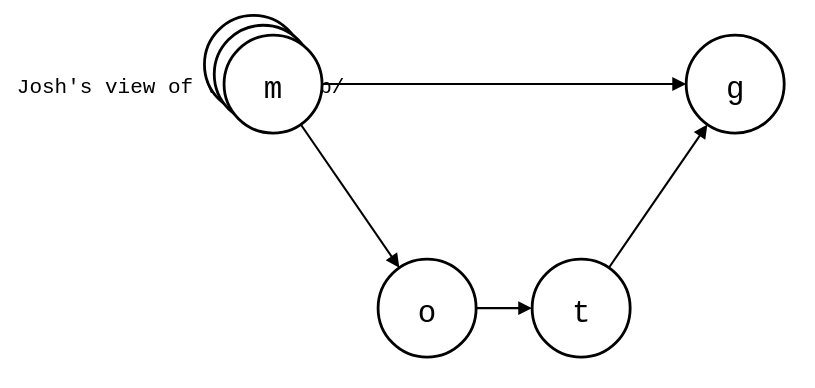
This is docs/05-comparisons/02-third-party/josh-view-merged.drawio.svg from roschaefer/git-splice, a draw.io export, as it was before one commit. Source tidied: cells renumbered, new cells last; positions are measured from the earlier drawing's top-left corner, leaving out a move shared by most shapes. Its diagram source:
```xml
<mxGraphModel background="#ffffff">
  <root>
    <mxCell id="0" />
    <mxCell id="1" parent="0" />
    <mxCell id="2" value="Josh's view of vendor/lib/" style="text;strokeColor=none;fillColor=none;align=left;verticalAlign=middle;fontSize=15;fontFamily=Roboto Mono,monospace;" parent="1" vertex="1">
      <mxGeometry y="34" width="130" height="30" as="geometry" />
    </mxCell>
    <mxCell id="3" style="shape=ellipse;strokeWidth=2;fontSize=22;fontFamily=Roboto Mono,monospace;" parent="1" vertex="1">
      <mxGeometry x="136" width="70" height="70" as="geometry" />
    </mxCell>
    <mxCell id="4" style="shape=ellipse;strokeWidth=2;fontSize=22;fontFamily=Roboto Mono,monospace;" parent="1" vertex="1">
      <mxGeometry x="143" y="7" width="70" height="70" as="geometry" />
    </mxCell>
    <mxCell id="5" value="m" style="ellipse;strokeWidth=2;fontSize=22;fontFamily=Roboto Mono,monospace;" parent="1" vertex="1">
      <mxGeometry x="150" y="14" width="70" height="70" as="geometry" />
    </mxCell>
    <mxCell id="6" value="o" style="ellipse;strokeWidth=2;fontSize=22;fontFamily=Roboto Mono,monospace;" parent="1" vertex="1">
      <mxGeometry x="260" y="174" width="70" height="70" as="geometry" />
    </mxCell>
    <mxCell id="7" value="t" style="ellipse;strokeWidth=2;fontSize=22;fontFamily=Roboto Mono,monospace;" parent="1" vertex="1">
      <mxGeometry x="370" y="174" width="70" height="70" as="geometry" />
    </mxCell>
    <mxCell id="8" value="g" style="ellipse;strokeWidth=2;fontSize=22;fontFamily=Roboto Mono,monospace;" parent="1" vertex="1">
      <mxGeometry x="480" y="14" width="70" height="70" as="geometry" />
    </mxCell>
    <mxCell id="9" style="endArrow=block;endFill=1;html=1;strokeWidth=1.5;rounded=0;" parent="1" edge="1" source="5" target="6">
      <mxGeometry relative="1" as="geometry" />
    </mxCell>
    <mxCell id="10" style="endArrow=block;endFill=1;html=1;strokeWidth=1.5;rounded=0;" parent="1" edge="1" source="6" target="7">
      <mxGeometry relative="1" as="geometry" />
    </mxCell>
    <mxCell id="11" style="endArrow=block;endFill=1;html=1;strokeWidth=1.5;rounded=0;" parent="1" edge="1" source="5" target="8">
      <mxGeometry relative="1" as="geometry" />
    </mxCell>
    <mxCell id="12" style="endArrow=block;endFill=1;html=1;strokeWidth=1.5;rounded=0;" parent="1" edge="1" source="7" target="8">
      <mxGeometry relative="1" as="geometry" />
    </mxCell>
  </root>
</mxGraphModel>
```
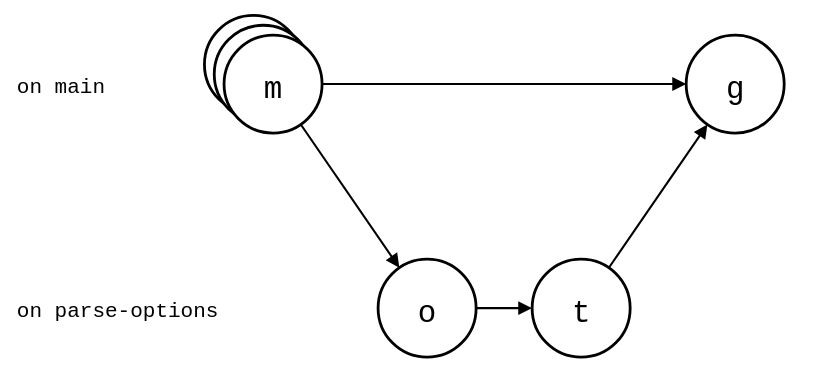
The same file after the commit.

Commit message:
docs(comparisons): label the rows of Josh's view like the git-splice drawing's

The view's one label ran under its first commit, and its branch row had none, while the git-splice drawing beside it says on main and on parse-options.

Change to the diagram source:
```diff
@@ -2,9 +2,12 @@
   <root>
     <mxCell id="0" />
     <mxCell id="1" parent="0" />
-    <mxCell id="2" value="Josh's view of vendor/lib/" style="text;strokeColor=none;fillColor=none;align=left;verticalAlign=middle;fontSize=15;fontFamily=Roboto Mono,monospace;" parent="1" vertex="1">
+    <mxCell id="2" value="on main" style="text;strokeColor=none;fillColor=none;align=left;verticalAlign=middle;fontSize=15;fontFamily=Roboto Mono,monospace;" parent="1" vertex="1">
       <mxGeometry y="34" width="130" height="30" as="geometry" />
     </mxCell>
+    <mxCell id="13" value="on parse-options" style="text;strokeColor=none;fillColor=none;align=left;verticalAlign=middle;fontSize=15;fontFamily=Roboto Mono,monospace;" parent="1" vertex="1">
+      <mxGeometry y="194" width="130" height="30" as="geometry" />
+    </mxCell>
     <mxCell id="3" style="shape=ellipse;strokeWidth=2;fontSize=22;fontFamily=Roboto Mono,monospace;" parent="1" vertex="1">
       <mxGeometry x="136" width="70" height="70" as="geometry" />
     </mxCell>
```
